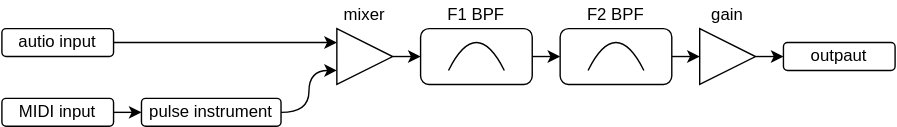
The draw.io diagram media/block-diagram.svg in yu2924/Vowel2D, before a commit. Source tidied: cells renumbered, new cells last; positions are measured from the earlier drawing's top-left corner, leaving out a move shared by most shapes.
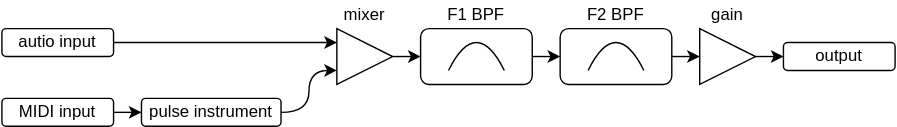
After the change.

Diff of the diagram source:
```diff
@@ -58,7 +58,7 @@
     <mxCell id="15" style="triangle;whiteSpace=wrap;html=1;" parent="1" vertex="1">
       <mxGeometry x="500" y="20" width="40" height="40" as="geometry" />
     </mxCell>
-    <mxCell id="16" value="outpaut" style="rounded=1;whiteSpace=wrap;html=1;" parent="1" vertex="1">
+    <mxCell id="16" value="output" style="rounded=1;whiteSpace=wrap;html=1;" parent="1" vertex="1">
       <mxGeometry x="560" y="30" width="80" height="20" as="geometry" />
     </mxCell>
     <mxCell id="17" value="gain" style="text;html=1;strokeColor=none;fillColor=none;align=center;verticalAlign=middle;whiteSpace=wrap;rounded=0;" parent="1" vertex="1">
```
